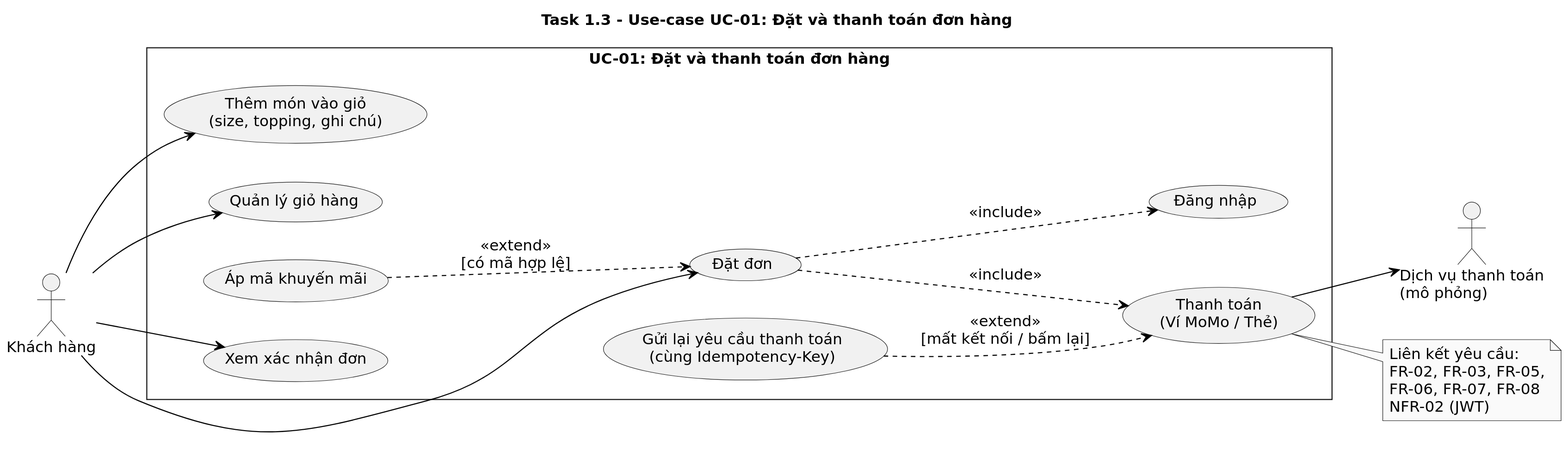
Bao3Q/PhucLong keeps this PlantUML diagram as docs/diagrams/Task1_3_UseCase.svg. Above is the earlier version.
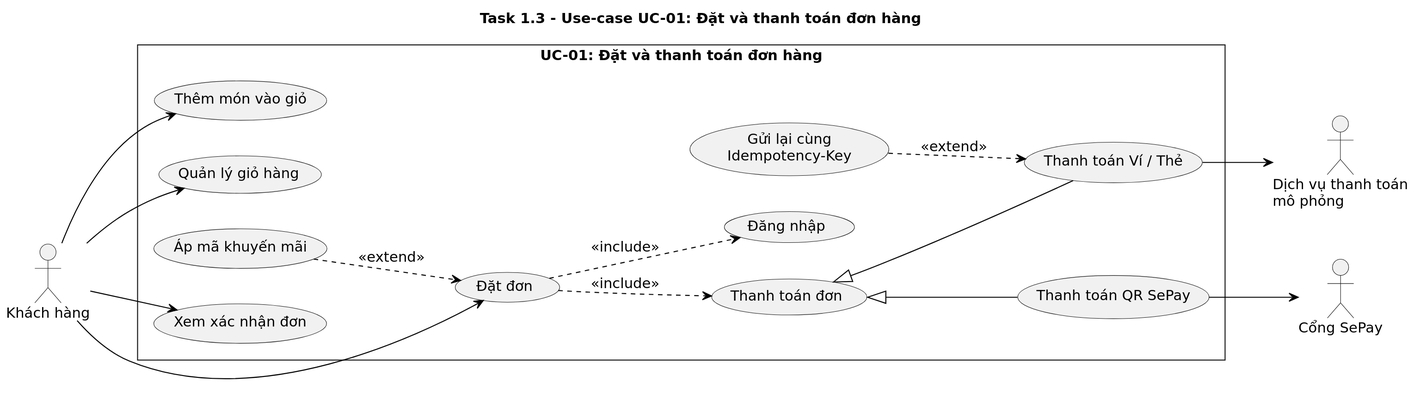
The same diagram one commit later.

What changed in the source:
```diff
@@ -6,41 +6,42 @@
 skinparam defaultFontName DejaVu Sans
 skinparam defaultFontSize 14
 skinparam ArrowColor black
-skinparam dpi 160
+skinparam dpi 150
 skinparam packageStyle rectangle
 left to right direction
 
 title Task 1.3 - Use-case UC-01: Đặt và thanh toán đơn hàng
 
 actor "Khách hàng" as KH
-actor "Dịch vụ thanh toán\n(mô phỏng)" as PAY
 
 rectangle "UC-01: Đặt và thanh toán đơn hàng" {
-  usecase "Thêm món vào giỏ\n(size, topping, ghi chú)" as ADD
+  usecase "Thêm món vào giỏ" as ADD
   usecase "Quản lý giỏ hàng" as CART
+  usecase "Áp mã khuyến mãi" as PROMO
   usecase "Đặt đơn" as ORDER
   usecase "Đăng nhập" as LOGIN
-  usecase "Thanh toán\n(Ví MoMo / Thẻ)" as PAYUC
-  usecase "Áp mã khuyến mãi" as PROMO
-  usecase "Gửi lại yêu cầu thanh toán\n(cùng Idempotency-Key)" as RETRY
+  usecase "Thanh toán đơn" as PAYUC
+  usecase "Thanh toán Ví / Thẻ" as WALLET
+  usecase "Thanh toán QR SePay" as QR
+  usecase "Gửi lại cùng\nIdempotency-Key" as RETRY
   usecase "Xem xác nhận đơn" as CONFIRM
 }
+
+actor "Dịch vụ thanh toán\nmô phỏng" as PAY
+actor "Cổng SePay" as SEPAY
 
 KH --> ADD
 KH --> CART
 KH --> ORDER
 KH --> CONFIRM
-PAYUC --> PAY
 
 ORDER ..> LOGIN : <<include>>
 ORDER ..> PAYUC : <<include>>
-PROMO ..> ORDER : <<extend>>\n[có mã hợp lệ]
-RETRY ..> PAYUC : <<extend>>\n[mất kết nối / bấm lại]
+PROMO ..> ORDER : <<extend>>
+PAYUC <|-- WALLET
+PAYUC <|-- QR
+RETRY ..> WALLET : <<extend>>
 
-note right of PAYUC
-  Liên kết yêu cầu:
-  FR-02, FR-03, FR-05,
-  FR-06, FR-07, FR-08
-  NFR-02 (JWT)
-end note
+WALLET --> PAY
+QR --> SEPAY
 @enduml
```
